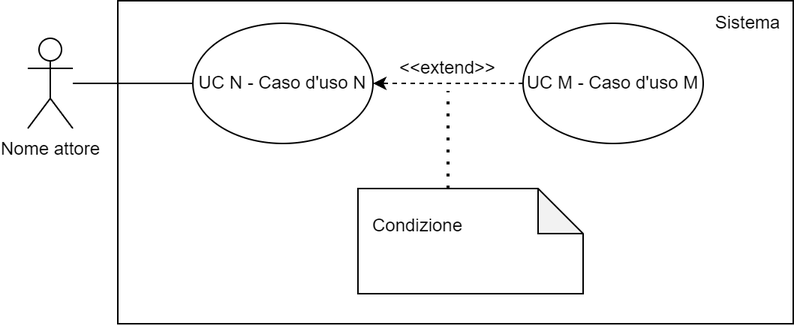
Above: img/ndp/estensione.png in Archi7echs-Team/archi7echs-team.github.io (draw.io), before the change. Source tidied: cells renumbered, new cells last; positions are measured from the earlier drawing's top-left corner, leaving out a move shared by most shapes. The source it was exported from:
```xml
<mxGraphModel>
  <root>
    <mxCell id="0" />
    <mxCell id="1" parent="0" />
    <mxCell id="2" style="rounded=0;whiteSpace=wrap;html=1;" parent="1" vertex="1">
      <mxGeometry x="60" width="450" height="215" as="geometry" />
    </mxCell>
    <mxCell id="3" value="Nome attore" style="shape=umlActor;verticalLabelPosition=bottom;verticalAlign=top;html=1;outlineConnect=0;" parent="1" vertex="1">
      <mxGeometry y="25" width="30" height="60" as="geometry" />
    </mxCell>
    <mxCell id="4" value="UC N - Caso d'uso N" style="ellipse;whiteSpace=wrap;html=1;" parent="1" vertex="1">
      <mxGeometry x="110" y="15" width="120" height="80" as="geometry" />
    </mxCell>
    <mxCell id="5" style="endArrow=none;html=1;rounded=0;entryX=0;entryY=0.5;entryDx=0;entryDy=0;" parent="1" edge="1" source="3" target="4">
      <mxGeometry relative="1" as="geometry" />
    </mxCell>
    <mxCell id="6" value="Sistema" style="text;html=1;align=center;verticalAlign=middle;whiteSpace=wrap;rounded=0;" parent="1" vertex="1">
      <mxGeometry x="450" width="60" height="30" as="geometry" />
    </mxCell>
    <mxCell id="7" value="UC M - Caso d'uso M" style="ellipse;whiteSpace=wrap;html=1;" parent="1" vertex="1">
      <mxGeometry x="330" y="15" width="120" height="80" as="geometry" />
    </mxCell>
    <mxCell id="8" value="&amp;lt;&amp;lt;extend&amp;gt;&amp;gt;" style="text;html=1;align=center;verticalAlign=middle;whiteSpace=wrap;rounded=0;" parent="1" vertex="1">
      <mxGeometry x="250" y="30" width="60" height="30" as="geometry" />
    </mxCell>
    <mxCell id="9" style="endArrow=classic;html=1;rounded=0;dashed=1;exitX=0;exitY=0.5;exitDx=0;exitDy=0;entryX=1;entryY=0.5;entryDx=0;entryDy=0;" parent="1" edge="1" source="7" target="4">
      <mxGeometry relative="1" as="geometry" />
    </mxCell>
    <mxCell id="10" style="shape=note;whiteSpace=wrap;html=1;backgroundOutline=1;darkOpacity=0.05;" parent="1" vertex="1">
      <mxGeometry x="220" y="125" width="150" height="70" as="geometry" />
    </mxCell>
    <mxCell id="11" style="endArrow=none;dashed=1;html=1;dashPattern=1 3;strokeWidth=2;rounded=0;entryX=0.5;entryY=1;entryDx=0;entryDy=0;exitX=0;exitY=0;exitDx=60;exitDy=0;exitPerimeter=0;" parent="1" edge="1" source="10" target="8">
      <mxGeometry relative="1" as="geometry" />
    </mxCell>
    <mxCell id="12" value="Condizione" style="text;html=1;align=center;verticalAlign=middle;whiteSpace=wrap;rounded=0;" parent="1" vertex="1">
      <mxGeometry x="230" y="135" width="60" height="30" as="geometry" />
    </mxCell>
  </root>
</mxGraphModel>
```
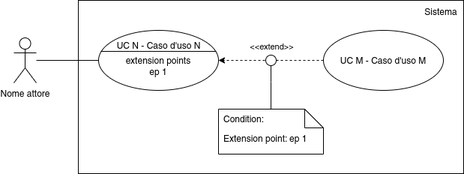
The same file after the commit.

Commit message:
Added extension point and fixed figure

Diff of the diagram source:
```diff
@@ -2,38 +2,48 @@
   <root>
     <mxCell id="0" />
     <mxCell id="1" parent="0" />
-    <mxCell id="2" style="rounded=0;whiteSpace=wrap;html=1;" parent="1" vertex="1">
-      <mxGeometry x="60" width="450" height="215" as="geometry" />
-    </mxCell>
+    <mxCell id="13" style="rounded=0;whiteSpace=wrap;html=1;" parent="1" vertex="1">
+      <mxGeometry x="-514" y="1194" width="514" height="231" as="geometry" />
+    </mxCell>
     <mxCell id="3" value="Nome attore" style="shape=umlActor;verticalLabelPosition=bottom;verticalAlign=top;html=1;outlineConnect=0;" parent="1" vertex="1">
-      <mxGeometry y="25" width="30" height="60" as="geometry" />
+      <mxGeometry x="-600" y="1244" width="30" height="60" as="geometry" />
     </mxCell>
+    <mxCell id="14" style="edgeStyle=orthogonalEdgeStyle;rounded=0;jettySize=auto;html=1;dashed=1;" parent="1" edge="1" source="7" target="19">
+      <mxGeometry relative="1" as="geometry" />
+    </mxCell>
+    <mxCell id="8" value="&amp;lt;&amp;lt;extend&amp;gt;&amp;gt;" style="edgeLabel;html=1;align=center;verticalAlign=middle;points=[];" parent="14" vertex="1">
+      <mxGeometry x="0.02" y="-2" relative="1" as="geometry">
+        <mxPoint x="2" y="-17" as="offset" />
+      </mxGeometry>
+    </mxCell>
+    <mxCell id="7" value="UC M - Caso d'uso M" style="ellipse;whiteSpace=wrap;html=1;" parent="1" vertex="1">
+      <mxGeometry x="-187" y="1234" width="160" height="80" as="geometry" />
+    </mxCell>
+    <mxCell id="15" style="edgeStyle=orthogonalEdgeStyle;rounded=0;jettySize=auto;html=1;endArrow=circle;endFill=1;exitX=0.5;exitY=0;exitDx=0;exitDy=0;exitPerimeter=0;endFillColor=#FFFFFF;" parent="1" edge="1" source="16">
+      <mxGeometry relative="1" as="geometry">
+        <mxPoint x="-257" y="1266" as="targetPoint" />
+      </mxGeometry>
+    </mxCell>
+    <mxCell id="16" value="Extension point: ep 1" style="shape=note2;boundedLbl=1;whiteSpace=wrap;html=1;size=25;verticalAlign=top;align=left;spacingLeft=5;" parent="1" vertex="1">
+      <mxGeometry x="-327" y="1339" width="140" height="60" as="geometry" />
+    </mxCell>
+    <mxCell id="17" value="Condition:" style="strokeColor=none;fillColor=none;align=left;spacingLeft=5;whiteSpace=wrap;html=1;" parent="16" vertex="1">
+      <mxGeometry width="140" height="25" relative="1" as="geometry" />
+    </mxCell>
+    <mxCell id="18" style="html=1;verticalAlign=middle;align=center;labelBackgroundColor=none;fontStyle=1;fontSize=10;" parent="1" vertex="1">
+      <mxGeometry x="-446" y="1349.5" as="geometry" />
+    </mxCell>
+    <mxCell id="19" value="&lt;br&gt;extension points&lt;br&gt;ep 1" style="html=1;shape=mxgraph.sysml.useCaseExtPt;whiteSpace=wrap;align=center;" parent="1" vertex="1">
+      <mxGeometry x="-487" y="1234" width="160" height="80" as="geometry" />
+    </mxCell>
-    <mxCell id="4" value="UC N - Caso d'uso N" style="ellipse;whiteSpace=wrap;html=1;" parent="1" vertex="1">
-      <mxGeometry x="110" y="15" width="120" height="80" as="geometry" />
+    <mxCell id="4" value="&lt;span style=&quot;font-weight: normal;&quot;&gt;UC N - Caso d'uso N&lt;/span&gt;" style="html=1;verticalAlign=middle;align=center;labelBackgroundColor=none;fontStyle=1;" parent="19" vertex="1">
+      <mxGeometry x="80" y="20" as="geometry" />
     </mxCell>
-    <mxCell id="5" style="endArrow=none;html=1;rounded=0;entryX=0;entryY=0.5;entryDx=0;entryDy=0;" parent="1" edge="1" source="3" target="4">
-      <mxGeometry relative="1" as="geometry" />
-    </mxCell>
+    <mxCell id="20" style="edgeStyle=orthogonalEdgeStyle;rounded=0;jettySize=auto;html=1;entryX=0;entryY=0.5;entryDx=0;entryDy=0;entryPerimeter=0;endArrow=none;endFill=0;" parent="1" edge="1" source="3" target="19">
+      <mxGeometry relative="1" as="geometry" />
+    </mxCell>
     <mxCell id="6" value="Sistema" style="text;html=1;align=center;verticalAlign=middle;whiteSpace=wrap;rounded=0;" parent="1" vertex="1">
-      <mxGeometry x="450" width="60" height="30" as="geometry" />
+      <mxGeometry x="-60" y="1194" width="60" height="30" as="geometry" />
     </mxCell>
-    <mxCell id="7" value="UC M - Caso d'uso M" style="ellipse;whiteSpace=wrap;html=1;" parent="1" vertex="1">
-      <mxGeometry x="330" y="15" width="120" height="80" as="geometry" />
-    </mxCell>
-    <mxCell id="8" value="&amp;lt;&amp;lt;extend&amp;gt;&amp;gt;" style="text;html=1;align=center;verticalAlign=middle;whiteSpace=wrap;rounded=0;" parent="1" vertex="1">
-      <mxGeometry x="250" y="30" width="60" height="30" as="geometry" />
-    </mxCell>
-    <mxCell id="9" style="endArrow=classic;html=1;rounded=0;dashed=1;exitX=0;exitY=0.5;exitDx=0;exitDy=0;entryX=1;entryY=0.5;entryDx=0;entryDy=0;" parent="1" edge="1" source="7" target="4">
-      <mxGeometry relative="1" as="geometry" />
-    </mxCell>
-    <mxCell id="10" style="shape=note;whiteSpace=wrap;html=1;backgroundOutline=1;darkOpacity=0.05;" parent="1" vertex="1">
-      <mxGeometry x="220" y="125" width="150" height="70" as="geometry" />
-    </mxCell>
-    <mxCell id="11" style="endArrow=none;dashed=1;html=1;dashPattern=1 3;strokeWidth=2;rounded=0;entryX=0.5;entryY=1;entryDx=0;entryDy=0;exitX=0;exitY=0;exitDx=60;exitDy=0;exitPerimeter=0;" parent="1" edge="1" source="10" target="8">
-      <mxGeometry relative="1" as="geometry" />
-    </mxCell>
-    <mxCell id="12" value="Condizione" style="text;html=1;align=center;verticalAlign=middle;whiteSpace=wrap;rounded=0;" parent="1" vertex="1">
-      <mxGeometry x="230" y="135" width="60" height="30" as="geometry" />
-    </mxCell>
   </root>
 </mxGraphModel>
```
